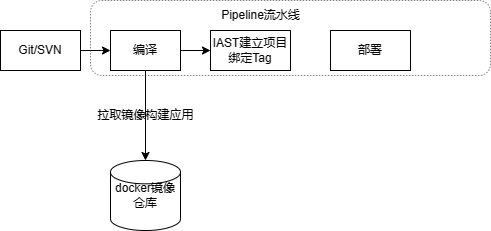
The draw.io diagram k8s.png in coutcin-xw/FlowChart, before a commit. Source tidied: cells renumbered, new cells last; positions are measured from the earlier drawing's top-left corner, leaving out a move shared by most shapes.
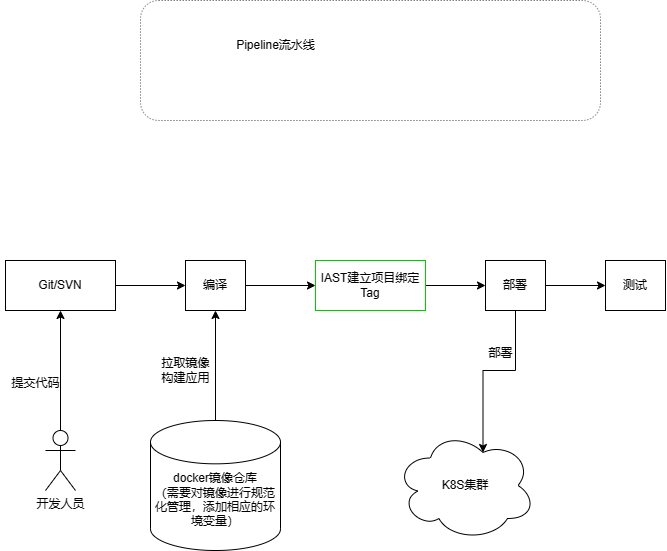
The same file after the commit.

The edit, as a diff of the source:
```diff
@@ -5,35 +5,62 @@
     <mxCell id="2" style="edgeStyle=orthogonalEdgeStyle;rounded=0;jettySize=auto;html=1;exitX=1;exitY=0.5;exitDx=0;exitDy=0;entryX=0;entryY=0.5;entryDx=0;entryDy=0;strokeWidth=1;" parent="1" edge="1" source="4" target="8">
       <mxGeometry relative="1" as="geometry" />
     </mxCell>
-    <mxCell id="3" style="edgeStyle=orthogonalEdgeStyle;rounded=0;jettySize=auto;html=1;exitX=0.5;exitY=1;exitDx=0;exitDy=0;entryX=0.5;entryY=0;entryDx=0;entryDy=0;entryPerimeter=0;" parent="1" edge="1" source="4" target="11">
+    <mxCell id="3" style="edgeStyle=orthogonalEdgeStyle;rounded=0;jettySize=auto;html=1;entryX=0.5;entryY=1;entryDx=0;entryDy=0;exitX=0.5;exitY=0;exitDx=0;exitDy=0;exitPerimeter=0;" parent="1" edge="1" source="11" target="4">
       <mxGeometry relative="1" as="geometry" />
     </mxCell>
     <mxCell id="4" value="编译" style="rounded=0;whiteSpace=wrap;html=1;" parent="1" vertex="1">
-      <mxGeometry x="110" y="30" width="70" height="40" as="geometry" />
+      <mxGeometry x="180" y="30" width="60" height="50" as="geometry" />
     </mxCell>
+    <mxCell id="13" style="edgeStyle=orthogonalEdgeStyle;rounded=0;jettySize=auto;html=1;" parent="1" edge="1" source="5" target="17">
+      <mxGeometry relative="1" as="geometry" />
+    </mxCell>
+    <mxCell id="14" style="edgeStyle=orthogonalEdgeStyle;rounded=0;jettySize=auto;html=1;entryX=0.625;entryY=0.2;entryDx=0;entryDy=0;entryPerimeter=0;" parent="1" edge="1" source="5" target="18">
+      <mxGeometry relative="1" as="geometry" />
+    </mxCell>
     <mxCell id="5" value="部署" style="rounded=0;whiteSpace=wrap;html=1;" parent="1" vertex="1">
-      <mxGeometry x="330" y="30" width="80" height="40" as="geometry" />
+      <mxGeometry x="480" y="30" width="60" height="50" as="geometry" />
     </mxCell>
     <mxCell id="6" style="edgeStyle=orthogonalEdgeStyle;rounded=0;jettySize=auto;html=1;exitX=1;exitY=0.5;exitDx=0;exitDy=0;entryX=0;entryY=0.5;entryDx=0;entryDy=0;" parent="1" edge="1" source="7" target="4">
       <mxGeometry relative="1" as="geometry" />
     </mxCell>
     <mxCell id="7" value="Git/SVN" style="rounded=0;whiteSpace=wrap;html=1;" parent="1" vertex="1">
-      <mxGeometry y="30" width="80" height="40" as="geometry" />
+      <mxGeometry y="30" width="110" height="50" as="geometry" />
     </mxCell>
+    <mxCell id="15" style="edgeStyle=orthogonalEdgeStyle;rounded=0;jettySize=auto;html=1;exitX=1;exitY=0.5;exitDx=0;exitDy=0;entryX=0;entryY=0.5;entryDx=0;entryDy=0;" parent="1" edge="1" source="8" target="5">
+      <mxGeometry relative="1" as="geometry" />
+    </mxCell>
-    <mxCell id="8" value="IAST建立项目绑定Tag" style="whiteSpace=wrap;html=1;" parent="1" vertex="1">
-      <mxGeometry x="210" y="30" width="80" height="40" as="geometry" />
+    <mxCell id="8" value="IAST建立项目绑定Tag" style="whiteSpace=wrap;html=1;strokeColor=#00CC00;" parent="1" vertex="1">
+      <mxGeometry x="310" y="30" width="110" height="50" as="geometry" />
     </mxCell>
     <mxCell id="9" style="rounded=1;whiteSpace=wrap;html=1;dashed=1;fillColor=none;strokeWidth=0.5;" parent="1" vertex="1">
-      <mxGeometry x="90" width="400" height="75" as="geometry" />
+      <mxGeometry x="135" y="-230" width="460" height="120" as="geometry" />
     </mxCell>
     <mxCell id="10" value="&lt;font style=&quot;font-size: 11px;&quot;&gt;Pipeline流水线&lt;/font&gt;" style="text;html=1;align=center;verticalAlign=middle;strokeColor=none;fillColor=none;" parent="1" vertex="1">
-      <mxGeometry x="210" width="100" height="30" as="geometry" />
+      <mxGeometry x="220" y="-200" width="100" height="30" as="geometry" />
     </mxCell>
-    <mxCell id="11" value="docker镜像仓库" style="strokeWidth=1;html=1;shape=mxgraph.flowchart.database;whiteSpace=wrap;" parent="1" vertex="1">
-      <mxGeometry x="110" y="160" width="70" height="70" as="geometry" />
+    <mxCell id="11" value="&lt;br&gt;&lt;br&gt;docker镜像仓库&lt;br&gt;（需要对镜像进行规范化管理，添加相应的环境变量）" style="strokeWidth=1;html=1;shape=mxgraph.flowchart.database;whiteSpace=wrap;" parent="1" vertex="1">
+      <mxGeometry x="145" y="190" width="130" height="130" as="geometry" />
     </mxCell>
-    <mxCell id="12" value="拉取镜像构建应用" style="text;align=center;verticalAlign=middle;strokeColor=none;fillColor=none;html=1;" parent="1" vertex="1">
-      <mxGeometry x="85" y="100" width="120" height="30" as="geometry" />
+    <mxCell id="12" value="拉取镜像&lt;br&gt;构建应用" style="text;align=center;verticalAlign=middle;strokeColor=none;fillColor=none;html=1;" parent="1" vertex="1">
+      <mxGeometry x="145" y="120" width="70" height="40" as="geometry" />
     </mxCell>
+    <mxCell id="16" value="提交代码" style="text;html=1;align=center;verticalAlign=middle;strokeColor=none;fillColor=none;" parent="1" vertex="1">
+      <mxGeometry x="-5" y="138" width="70" height="30" as="geometry" />
+    </mxCell>
+    <mxCell id="17" value="测试" style="whiteSpace=wrap;html=1;" parent="1" vertex="1">
+      <mxGeometry x="600" y="30" width="60" height="50" as="geometry" />
+    </mxCell>
+    <mxCell id="18" value="K8S集群" style="ellipse;shape=cloud;whiteSpace=wrap;html=1;align=center;" parent="1" vertex="1">
+      <mxGeometry x="390" y="200" width="140" height="110" as="geometry" />
+    </mxCell>
+    <mxCell id="19" style="edgeStyle=orthogonalEdgeStyle;rounded=0;jettySize=auto;html=1;entryX=0.5;entryY=1;entryDx=0;entryDy=0;" parent="1" edge="1" source="20" target="7">
+      <mxGeometry relative="1" as="geometry" />
+    </mxCell>
+    <mxCell id="20" value="开发人员" style="shape=umlActor;verticalLabelPosition=bottom;verticalAlign=top;html=1;outlineConnect=0;" parent="1" vertex="1">
+      <mxGeometry x="40" y="200" width="30" height="60" as="geometry" />
+    </mxCell>
+    <mxCell id="21" value="部署" style="text;html=1;align=center;verticalAlign=middle;strokeColor=none;fillColor=none;" parent="1" vertex="1">
+      <mxGeometry x="470" y="108" width="50" height="30" as="geometry" />
+    </mxCell>
   </root>
 </mxGraphModel>
```
